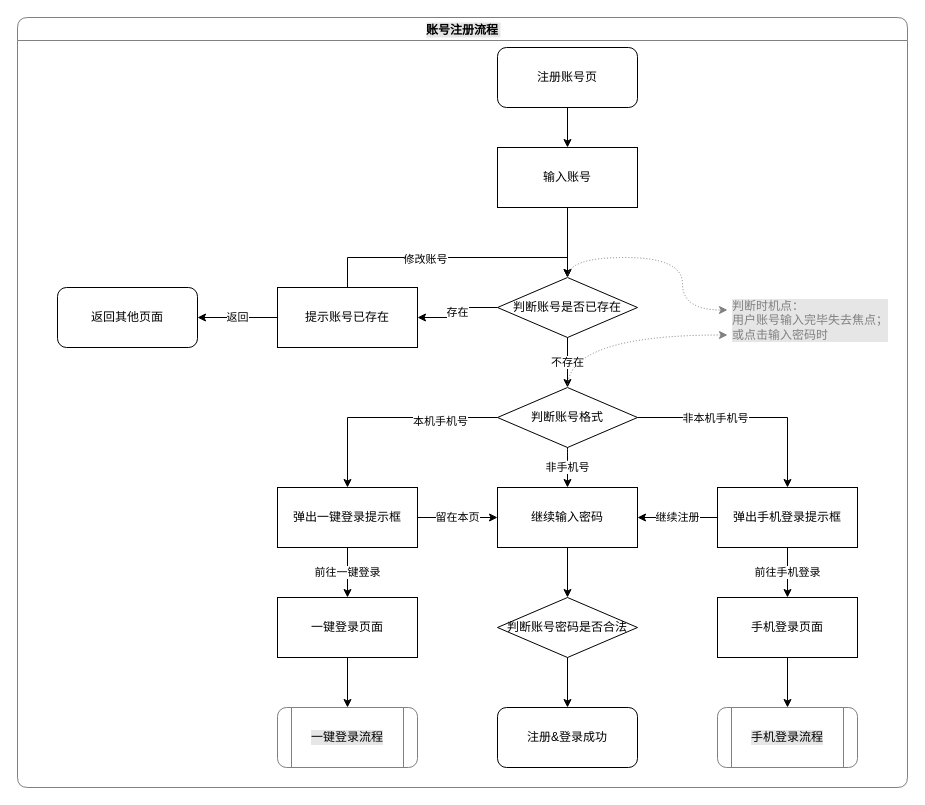
a3336595/- keeps this draw.io diagram as SDK1期.drawio. Above is the earlier version. Source tidied: cells renumbered, new cells numbered last; positions are measured from the earlier drawing's top-left corner, leaving out a move shared by most shapes. Both pictures are drawn from the tidied source at 100%, with x=0, y=0 at pixel (17, 17).
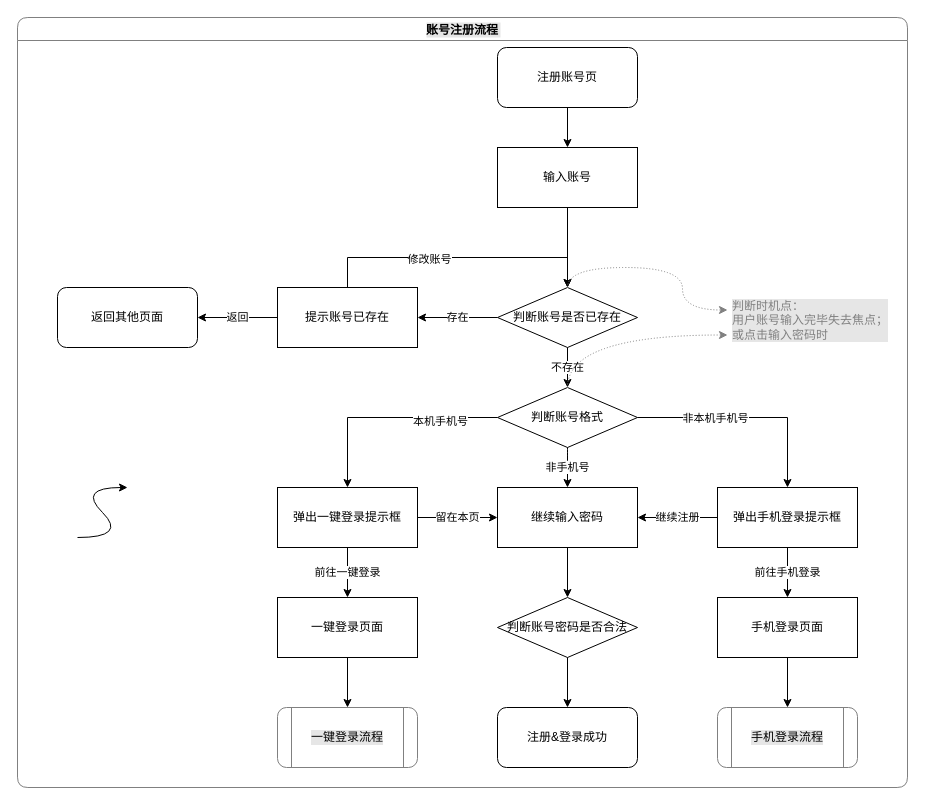
After the change.

Unchanged cells that the change refers to:
```xml
<mxCell id="2" value="账号注册流程" style="swimlane;rounded=1;shadow=0;glass=0;comic=0;labelBackgroundColor=#E6E6E6;strokeColor=#808080;fontColor=#000000;" parent="1" vertex="1">
  <mxGeometry width="890" height="770" as="geometry" />
</mxCell>
```

What changed in the source:
```diff
@@
     <mxCell id="9" value="判断账号是否已存在" style="rhombus;whiteSpace=wrap;html=1;" parent="2" vertex="1">
-      <mxGeometry x="480" y="260" width="140" height="60" as="geometry" />
+      <mxGeometry x="480" y="270" width="140" height="60" as="geometry" />
     </mxCell>
@@
+    <mxCell id="41" style="curved=1;endArrow=classic;html=1;" parent="2" edge="1">
+      <mxGeometry relative="1" as="geometry">
+        <mxPoint x="60" y="520" as="sourcePoint" />
+        <mxPoint x="110" y="470" as="targetPoint" />
+        <Array as="points">
+          <mxPoint x="110" y="520" />
+          <mxPoint x="60" y="470" />
+        </Array>
+      </mxGeometry>
+    </mxCell>
```
